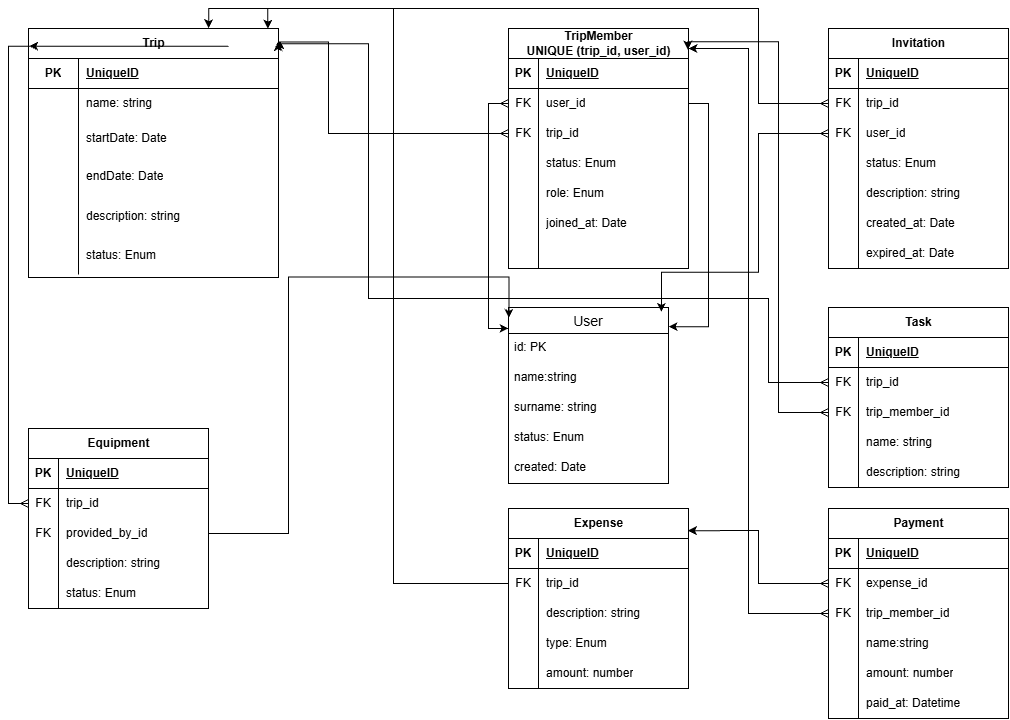
Before: docs/Podroosh.drawio.png, a diagram exported from draw.io (Obcy78/podroosh-app). Source tidied: cells renumbered, new cells last; positions are measured from the earlier drawing's top-left corner, leaving out a move shared by most shapes.
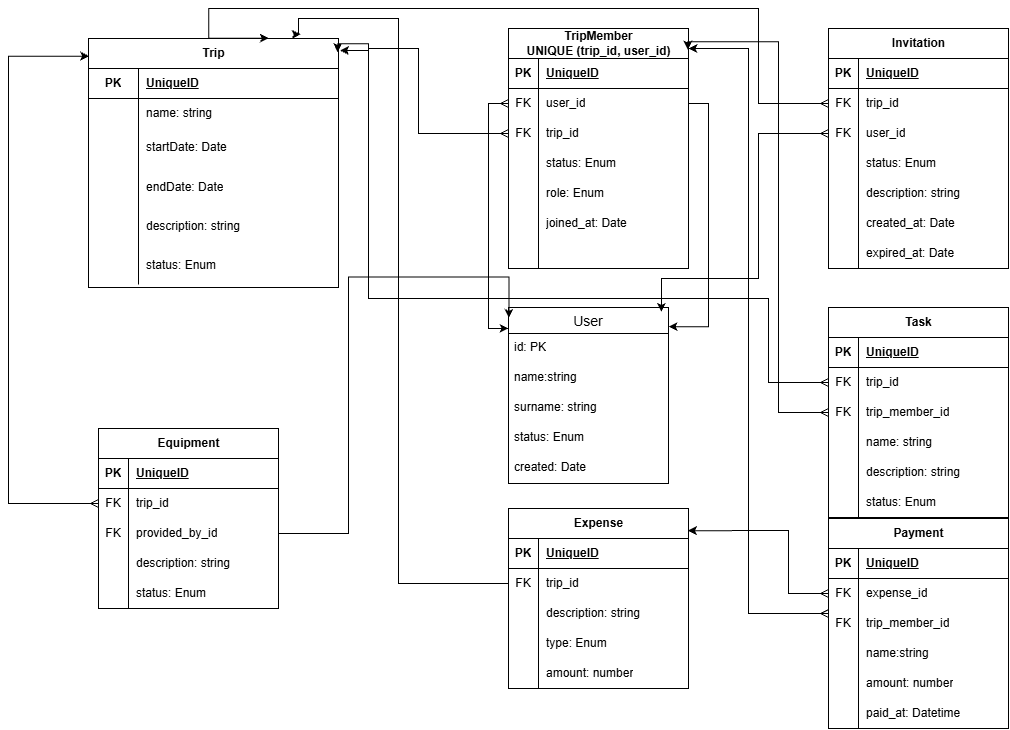
The same file after the commit.

What changed in the source:
```diff
@@ -3,7 +3,7 @@
     <mxCell id="0" />
     <mxCell id="1" parent="0" />
     <mxCell id="2" value="Trip" style="shape=table;startSize=30;rowLines=0;fontStyle=1;align=center;html=1;" parent="1" vertex="1">
-      <mxGeometry y="20" width="250" height="249" as="geometry" />
+      <mxGeometry x="60" y="30" width="250" height="249" as="geometry" />
     </mxCell>
     <mxCell id="3" style="shape=tableRow;horizontal=0;startSize=0;swimlaneHead=0;swimlaneBody=0;fillColor=none;top=0;left=0;right=0;bottom=1;" parent="2" vertex="1">
       <mxGeometry y="30" width="250" height="30" as="geometry" />
@@ -81,10 +81,12 @@
       <mxGeometry relative="1" as="geometry" />
     </mxCell>
     <mxCell id="28" style="edgeStyle=orthogonalEdgeStyle;rounded=0;jettySize=auto;html=1;entryX=1.006;entryY=0.048;entryDx=0;entryDy=0;entryPerimeter=0;exitX=0;exitY=0.5;exitDx=0;exitDy=0;startArrow=ERmany;startFill=0;" parent="1" edge="1" source="36" target="2">
-      <mxGeometry relative="1" as="geometry">
+      <mxGeometry x="0.3" relative="1" as="geometry">
         <Array as="points">
-          <mxPoint x="300" y="125" />
-          <mxPoint x="300" y="33.4" />
+          <mxPoint x="390" y="125" />
+          <mxPoint x="390" y="40" />
+          <mxPoint x="340" y="40" />
+          <mxPoint x="340" y="42" />
         </Array>
       </mxGeometry>
     </mxCell>
@@ -155,7 +157,7 @@
       <mxGeometry x="30" width="150" height="30" as="geometry" />
     </mxCell>
     <mxCell id="51" value="Equipment" style="shape=table;startSize=30;rowLines=0;fontStyle=1;align=center;html=1;" parent="1" vertex="1">
-      <mxGeometry y="420" width="180" height="180" as="geometry" />
+      <mxGeometry x="70" y="420" width="180" height="180" as="geometry" />
     </mxCell>
     <mxCell id="52" style="shape=tableRow;horizontal=0;startSize=0;swimlaneHead=0;swimlaneBody=0;fillColor=none;top=0;left=0;right=0;bottom=1;" parent="51" vertex="1">
       <mxGeometry y="30" width="180" height="30" as="geometry" />
@@ -203,13 +205,19 @@
       <mxGeometry x="30" width="150" height="30" as="geometry" />
     </mxCell>
     <mxCell id="67" style="edgeStyle=orthogonalEdgeStyle;rounded=0;jettySize=auto;html=1;entryX=0.003;entryY=0.071;entryDx=0;entryDy=0;entryPerimeter=0;startArrow=ERmany;startFill=0;exitX=0;exitY=0.5;exitDx=0;exitDy=0;" parent="1" edge="1" source="55" target="2">
-      <mxGeometry relative="1" as="geometry" />
+      <mxGeometry x="0.82" relative="1" as="geometry">
+        <Array as="points">
+          <mxPoint x="-20" y="495" />
+          <mxPoint x="-20" y="47.7" />
+        </Array>
+      </mxGeometry>
     </mxCell>
     <mxCell id="68" style="edgeStyle=orthogonalEdgeStyle;rounded=0;jettySize=auto;html=1;entryX=0.003;entryY=0.059;entryDx=0;entryDy=0;entryPerimeter=0;" parent="1" edge="1" source="58" target="21">
       <mxGeometry relative="1" as="geometry">
         <Array as="points">
-          <mxPoint x="260" y="525" />
-          <mxPoint x="260" y="268.6" />
+          <mxPoint x="320" y="525" />
+          <mxPoint x="320" y="268.6" />
+          <mxPoint x="480.5" y="268.6" />
         </Array>
       </mxGeometry>
     </mxCell>
@@ -261,8 +269,15 @@
     <mxCell id="84" value="amount: number" style="shape=partialRectangle;fillColor=none;top=0;left=0;bottom=0;right=0;align=left;spacingLeft=6;overflow=hidden;whiteSpace=wrap;html=1;" parent="82" vertex="1">
       <mxGeometry x="30" width="150" height="30" as="geometry" />
     </mxCell>
-    <mxCell id="85" style="edgeStyle=orthogonalEdgeStyle;rounded=0;jettySize=auto;html=1;entryX=0.957;entryY=0.001;entryDx=0;entryDy=0;entryPerimeter=0;" parent="1" edge="1" source="73" target="2">
-      <mxGeometry relative="1" as="geometry" />
+    <mxCell id="85" style="edgeStyle=orthogonalEdgeStyle;rounded=0;jettySize=auto;html=1;entryX=0.849;entryY=-0.017;entryDx=0;entryDy=0;entryPerimeter=0;" parent="1" edge="1" source="73" target="2">
+      <mxGeometry x="0.1" relative="1" as="geometry">
+        <Array as="points">
+          <mxPoint x="370" y="575" />
+          <mxPoint x="370" y="10" />
+          <mxPoint x="270" y="10" />
+          <mxPoint x="270" y="25.8" />
+        </Array>
+      </mxGeometry>
     </mxCell>
     <mxCell id="86" value="Invitation" style="shape=table;startSize=30;rowLines=0;fontStyle=1;align=center;html=1;" parent="1" vertex="1">
       <mxGeometry x="800" y="20" width="180" height="240" as="geometry" />
@@ -343,12 +358,13 @@
       <mxGeometry relative="1" as="geometry">
         <Array as="points">
           <mxPoint x="730" y="125" />
-          <mxPoint x="730" y="263.7" />
+          <mxPoint x="730" y="270" />
+          <mxPoint x="633" y="270" />
         </Array>
       </mxGeometry>
     </mxCell>
     <mxCell id="110" value="Task" style="shape=table;startSize=30;rowLines=0;fontStyle=1;align=center;html=1;" parent="1" vertex="1">
-      <mxGeometry x="800" y="299" width="180" height="180" as="geometry" />
+      <mxGeometry x="800" y="299" width="180" height="210" as="geometry" />
     </mxCell>
     <mxCell id="111" style="shape=tableRow;horizontal=0;startSize=0;swimlaneHead=0;swimlaneBody=0;fillColor=none;top=0;left=0;right=0;bottom=1;" parent="110" vertex="1">
       <mxGeometry y="30" width="180" height="30" as="geometry" />
@@ -395,8 +411,17 @@
     <mxCell id="125" value="description: string" style="shape=partialRectangle;fillColor=none;top=0;left=0;bottom=0;right=0;align=left;spacingLeft=6;overflow=hidden;whiteSpace=wrap;html=1;" parent="123" vertex="1">
       <mxGeometry x="30" width="150" height="30" as="geometry" />
     </mxCell>
+    <mxCell id="151" style="shape=tableRow;horizontal=0;startSize=0;swimlaneHead=0;swimlaneBody=0;fillColor=none;top=0;left=0;right=0;bottom=0;" parent="110" vertex="1">
+      <mxGeometry y="180" width="180" height="30" as="geometry" />
+    </mxCell>
+    <mxCell id="152" style="shape=partialRectangle;fillColor=none;top=0;left=0;bottom=0;right=0;overflow=hidden;whiteSpace=wrap;html=1;" parent="151" vertex="1">
+      <mxGeometry width="30" height="30" as="geometry" />
+    </mxCell>
+    <mxCell id="153" value="status: Enum" style="shape=partialRectangle;fillColor=none;top=0;left=0;bottom=0;right=0;align=left;spacingLeft=6;overflow=hidden;whiteSpace=wrap;html=1;" parent="151" vertex="1">
+      <mxGeometry x="30" width="150" height="30" as="geometry" />
+    </mxCell>
     <mxCell id="126" value="Payment" style="shape=table;startSize=30;rowLines=0;fontStyle=1;align=center;html=1;" parent="1" vertex="1">
-      <mxGeometry x="800" y="500" width="180" height="210" as="geometry" />
+      <mxGeometry x="800" y="510" width="180" height="210" as="geometry" />
     </mxCell>
     <mxCell id="127" style="shape=tableRow;horizontal=0;startSize=0;swimlaneHead=0;swimlaneBody=0;fillColor=none;top=0;left=0;right=0;bottom=1;" parent="126" vertex="1">
       <mxGeometry y="30" width="180" height="30" as="geometry" />
@@ -462,7 +487,12 @@
       </mxGeometry>
     </mxCell>
     <mxCell id="146" style="edgeStyle=orthogonalEdgeStyle;rounded=0;jettySize=auto;html=1;entryX=0.997;entryY=0.123;entryDx=0;entryDy=0;entryPerimeter=0;startArrow=ERmany;startFill=0;" parent="1" edge="1" source="130" target="69">
-      <mxGeometry relative="1" as="geometry" />
+      <mxGeometry relative="1" as="geometry">
+        <Array as="points">
+          <mxPoint x="760" y="585" />
+          <mxPoint x="760" y="522.1" />
+        </Array>
+      </mxGeometry>
     </mxCell>
     <mxCell id="147" style="edgeStyle=orthogonalEdgeStyle;rounded=0;jettySize=auto;html=1;startArrow=ERmany;startFill=0;" parent="1" edge="1" source="133">
       <mxGeometry relative="1" as="geometry">
```
